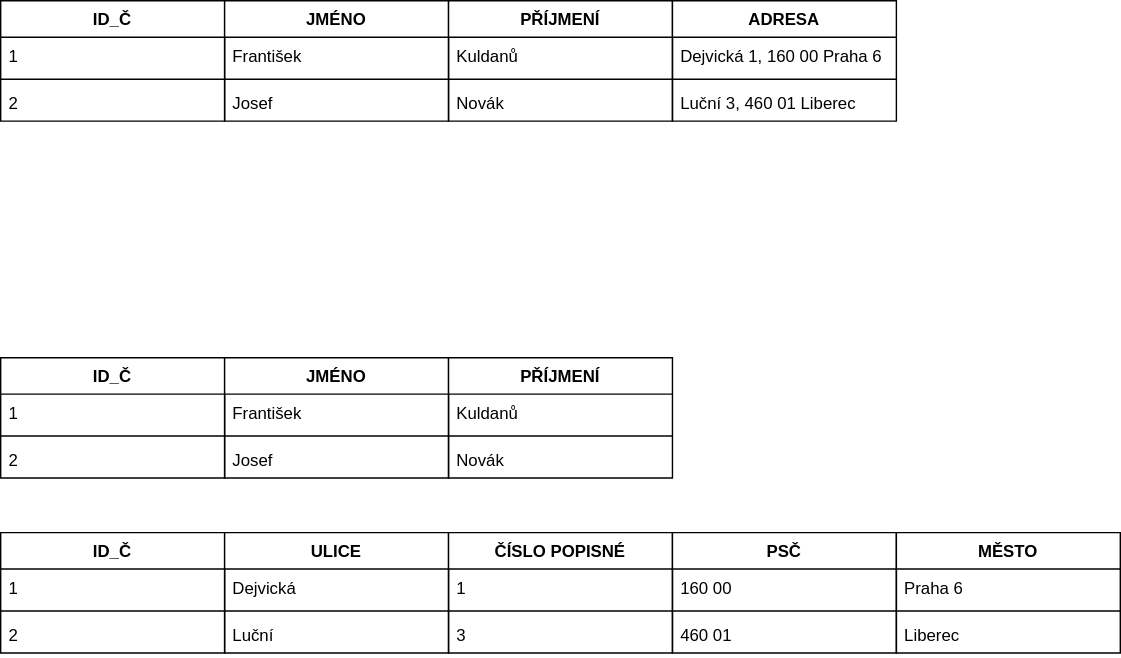
The draw.io diagram 06102022.drawio.svg in hongolem/Diagrams, before a commit. Source tidied: cells renumbered, new cells last; positions are measured from the earlier drawing's top-left corner, leaving out a move shared by most shapes. Its diagram source:
```xml
<mxGraphModel>
  <root>
    <mxCell id="0" />
    <mxCell id="1" parent="0" />
    <mxCell id="2" value="ID_Č" style="swimlane;fontStyle=1;align=center;verticalAlign=top;horizontal=1;startSize=26;" parent="1" vertex="1">
      <mxGeometry width="160" height="86" as="geometry" />
    </mxCell>
    <mxCell id="3" value="1" style="text;strokeColor=none;fillColor=none;align=left;verticalAlign=top;spacingLeft=4;spacingRight=4;overflow=hidden;" parent="2" vertex="1">
      <mxGeometry y="26" width="160" height="26" as="geometry" />
    </mxCell>
    <mxCell id="4" style="line;strokeWidth=1;fillColor=none;align=left;verticalAlign=middle;spacingTop=-1;spacingLeft=3;spacingRight=3;labelPosition=right;strokeColor=inherit;" parent="2" vertex="1">
      <mxGeometry y="52" width="160" height="8" as="geometry" />
    </mxCell>
    <mxCell id="5" value="2" style="text;strokeColor=none;fillColor=none;align=left;verticalAlign=top;spacingLeft=4;spacingRight=4;overflow=hidden;" parent="2" vertex="1">
      <mxGeometry y="60" width="160" height="26" as="geometry" />
    </mxCell>
    <mxCell id="6" value="JMÉNO" style="swimlane;fontStyle=1;align=center;verticalAlign=top;horizontal=1;startSize=26;" parent="1" vertex="1">
      <mxGeometry x="160" width="160" height="86" as="geometry" />
    </mxCell>
    <mxCell id="7" value="František" style="text;strokeColor=none;fillColor=none;align=left;verticalAlign=top;spacingLeft=4;spacingRight=4;overflow=hidden;" parent="6" vertex="1">
      <mxGeometry y="26" width="160" height="26" as="geometry" />
    </mxCell>
    <mxCell id="8" style="line;strokeWidth=1;fillColor=none;align=left;verticalAlign=middle;spacingTop=-1;spacingLeft=3;spacingRight=3;labelPosition=right;strokeColor=inherit;" parent="6" vertex="1">
      <mxGeometry y="52" width="160" height="8" as="geometry" />
    </mxCell>
    <mxCell id="9" value="Josef" style="text;strokeColor=none;fillColor=none;align=left;verticalAlign=top;spacingLeft=4;spacingRight=4;overflow=hidden;" parent="6" vertex="1">
      <mxGeometry y="60" width="160" height="26" as="geometry" />
    </mxCell>
    <mxCell id="10" value="PŘÍJMENÍ" style="swimlane;fontStyle=1;align=center;verticalAlign=top;horizontal=1;startSize=26;" parent="1" vertex="1">
      <mxGeometry x="320" width="160" height="86" as="geometry" />
    </mxCell>
    <mxCell id="11" value="Kuldanů" style="text;strokeColor=none;fillColor=none;align=left;verticalAlign=top;spacingLeft=4;spacingRight=4;overflow=hidden;" parent="10" vertex="1">
      <mxGeometry y="26" width="160" height="26" as="geometry" />
    </mxCell>
    <mxCell id="12" style="line;strokeWidth=1;fillColor=none;align=left;verticalAlign=middle;spacingTop=-1;spacingLeft=3;spacingRight=3;labelPosition=right;strokeColor=inherit;" parent="10" vertex="1">
      <mxGeometry y="52" width="160" height="8" as="geometry" />
    </mxCell>
    <mxCell id="13" value="Novák" style="text;strokeColor=none;fillColor=none;align=left;verticalAlign=top;spacingLeft=4;spacingRight=4;overflow=hidden;" parent="10" vertex="1">
      <mxGeometry y="60" width="160" height="26" as="geometry" />
    </mxCell>
    <mxCell id="14" value="ADRESA" style="swimlane;fontStyle=1;align=center;verticalAlign=top;horizontal=1;startSize=26;" parent="1" vertex="1">
      <mxGeometry x="480" width="160" height="86" as="geometry" />
    </mxCell>
    <mxCell id="15" value="Dejvická 1, 160 00 Praha 6" style="text;strokeColor=none;fillColor=none;align=left;verticalAlign=top;spacingLeft=4;spacingRight=4;overflow=hidden;" parent="14" vertex="1">
      <mxGeometry y="26" width="160" height="26" as="geometry" />
    </mxCell>
    <mxCell id="16" style="line;strokeWidth=1;fillColor=none;align=left;verticalAlign=middle;spacingTop=-1;spacingLeft=3;spacingRight=3;labelPosition=right;strokeColor=inherit;" parent="14" vertex="1">
      <mxGeometry y="52" width="160" height="8" as="geometry" />
    </mxCell>
    <mxCell id="17" value="Luční 3, 460 01 Liberec" style="text;strokeColor=none;fillColor=none;align=left;verticalAlign=top;spacingLeft=4;spacingRight=4;overflow=hidden;" parent="14" vertex="1">
      <mxGeometry y="60" width="160" height="26" as="geometry" />
    </mxCell>
    <mxCell id="18" value="ID_Č" style="swimlane;fontStyle=1;align=center;verticalAlign=top;horizontal=1;startSize=26;" parent="1" vertex="1">
      <mxGeometry y="255" width="160" height="86" as="geometry" />
    </mxCell>
    <mxCell id="19" value="1" style="text;strokeColor=none;fillColor=none;align=left;verticalAlign=top;spacingLeft=4;spacingRight=4;overflow=hidden;" parent="18" vertex="1">
      <mxGeometry y="26" width="160" height="26" as="geometry" />
    </mxCell>
    <mxCell id="20" style="line;strokeWidth=1;fillColor=none;align=left;verticalAlign=middle;spacingTop=-1;spacingLeft=3;spacingRight=3;labelPosition=right;strokeColor=inherit;" parent="18" vertex="1">
      <mxGeometry y="52" width="160" height="8" as="geometry" />
    </mxCell>
    <mxCell id="21" value="2" style="text;strokeColor=none;fillColor=none;align=left;verticalAlign=top;spacingLeft=4;spacingRight=4;overflow=hidden;" parent="18" vertex="1">
      <mxGeometry y="60" width="160" height="26" as="geometry" />
    </mxCell>
    <mxCell id="22" value="JMÉNO" style="swimlane;fontStyle=1;align=center;verticalAlign=top;horizontal=1;startSize=26;" parent="1" vertex="1">
      <mxGeometry x="160" y="255" width="160" height="86" as="geometry" />
    </mxCell>
    <mxCell id="23" value="František" style="text;strokeColor=none;fillColor=none;align=left;verticalAlign=top;spacingLeft=4;spacingRight=4;overflow=hidden;" parent="22" vertex="1">
      <mxGeometry y="26" width="160" height="26" as="geometry" />
    </mxCell>
    <mxCell id="24" style="line;strokeWidth=1;fillColor=none;align=left;verticalAlign=middle;spacingTop=-1;spacingLeft=3;spacingRight=3;labelPosition=right;strokeColor=inherit;" parent="22" vertex="1">
      <mxGeometry y="52" width="160" height="8" as="geometry" />
    </mxCell>
    <mxCell id="25" value="Josef" style="text;strokeColor=none;fillColor=none;align=left;verticalAlign=top;spacingLeft=4;spacingRight=4;overflow=hidden;" parent="22" vertex="1">
      <mxGeometry y="60" width="160" height="26" as="geometry" />
    </mxCell>
    <mxCell id="26" value="PŘÍJMENÍ" style="swimlane;fontStyle=1;align=center;verticalAlign=top;horizontal=1;startSize=26;" parent="1" vertex="1">
      <mxGeometry x="320" y="255" width="160" height="86" as="geometry" />
    </mxCell>
    <mxCell id="27" value="Kuldanů" style="text;strokeColor=none;fillColor=none;align=left;verticalAlign=top;spacingLeft=4;spacingRight=4;overflow=hidden;" parent="26" vertex="1">
      <mxGeometry y="26" width="160" height="26" as="geometry" />
    </mxCell>
    <mxCell id="28" style="line;strokeWidth=1;fillColor=none;align=left;verticalAlign=middle;spacingTop=-1;spacingLeft=3;spacingRight=3;labelPosition=right;strokeColor=inherit;" parent="26" vertex="1">
      <mxGeometry y="52" width="160" height="8" as="geometry" />
    </mxCell>
    <mxCell id="29" value="Novák" style="text;strokeColor=none;fillColor=none;align=left;verticalAlign=top;spacingLeft=4;spacingRight=4;overflow=hidden;" parent="26" vertex="1">
      <mxGeometry y="60" width="160" height="26" as="geometry" />
    </mxCell>
    <mxCell id="30" value="ID_Č" style="swimlane;fontStyle=1;align=center;verticalAlign=top;horizontal=1;startSize=26;" parent="1" vertex="1">
      <mxGeometry y="380" width="160" height="86" as="geometry" />
    </mxCell>
    <mxCell id="31" value="1" style="text;strokeColor=none;fillColor=none;align=left;verticalAlign=top;spacingLeft=4;spacingRight=4;overflow=hidden;" parent="30" vertex="1">
      <mxGeometry y="26" width="160" height="26" as="geometry" />
    </mxCell>
    <mxCell id="32" style="line;strokeWidth=1;fillColor=none;align=left;verticalAlign=middle;spacingTop=-1;spacingLeft=3;spacingRight=3;labelPosition=right;strokeColor=inherit;" parent="30" vertex="1">
      <mxGeometry y="52" width="160" height="8" as="geometry" />
    </mxCell>
    <mxCell id="33" value="2" style="text;strokeColor=none;fillColor=none;align=left;verticalAlign=top;spacingLeft=4;spacingRight=4;overflow=hidden;" parent="30" vertex="1">
      <mxGeometry y="60" width="160" height="26" as="geometry" />
    </mxCell>
    <mxCell id="34" value="ULICE" style="swimlane;fontStyle=1;align=center;verticalAlign=top;horizontal=1;startSize=26;" parent="1" vertex="1">
      <mxGeometry x="160" y="380" width="160" height="86" as="geometry" />
    </mxCell>
    <mxCell id="35" value="Dejvická" style="text;strokeColor=none;fillColor=none;align=left;verticalAlign=top;spacingLeft=4;spacingRight=4;overflow=hidden;" parent="34" vertex="1">
      <mxGeometry y="26" width="160" height="26" as="geometry" />
    </mxCell>
    <mxCell id="36" style="line;strokeWidth=1;fillColor=none;align=left;verticalAlign=middle;spacingTop=-1;spacingLeft=3;spacingRight=3;labelPosition=right;strokeColor=inherit;" parent="34" vertex="1">
      <mxGeometry y="52" width="160" height="8" as="geometry" />
    </mxCell>
    <mxCell id="37" value="Luční" style="text;strokeColor=none;fillColor=none;align=left;verticalAlign=top;spacingLeft=4;spacingRight=4;overflow=hidden;" parent="34" vertex="1">
      <mxGeometry y="60" width="160" height="26" as="geometry" />
    </mxCell>
    <mxCell id="38" value="ČÍSLO POPISNÉ" style="swimlane;fontStyle=1;align=center;verticalAlign=top;horizontal=1;startSize=26;" parent="1" vertex="1">
      <mxGeometry x="320" y="380" width="160" height="86" as="geometry" />
    </mxCell>
    <mxCell id="39" value="1" style="text;strokeColor=none;fillColor=none;align=left;verticalAlign=top;spacingLeft=4;spacingRight=4;overflow=hidden;" parent="38" vertex="1">
      <mxGeometry y="26" width="160" height="26" as="geometry" />
    </mxCell>
    <mxCell id="40" style="line;strokeWidth=1;fillColor=none;align=left;verticalAlign=middle;spacingTop=-1;spacingLeft=3;spacingRight=3;labelPosition=right;strokeColor=inherit;" parent="38" vertex="1">
      <mxGeometry y="52" width="160" height="8" as="geometry" />
    </mxCell>
    <mxCell id="41" value="3" style="text;strokeColor=none;fillColor=none;align=left;verticalAlign=top;spacingLeft=4;spacingRight=4;overflow=hidden;" parent="38" vertex="1">
      <mxGeometry y="60" width="160" height="26" as="geometry" />
    </mxCell>
    <mxCell id="42" value="PSČ" style="swimlane;fontStyle=1;align=center;verticalAlign=top;horizontal=1;startSize=26;" parent="1" vertex="1">
      <mxGeometry x="480" y="380" width="160" height="86" as="geometry" />
    </mxCell>
    <mxCell id="43" value="160 00" style="text;strokeColor=none;fillColor=none;align=left;verticalAlign=top;spacingLeft=4;spacingRight=4;overflow=hidden;" parent="42" vertex="1">
      <mxGeometry y="26" width="160" height="26" as="geometry" />
    </mxCell>
    <mxCell id="44" style="line;strokeWidth=1;fillColor=none;align=left;verticalAlign=middle;spacingTop=-1;spacingLeft=3;spacingRight=3;labelPosition=right;strokeColor=inherit;" parent="42" vertex="1">
      <mxGeometry y="52" width="160" height="8" as="geometry" />
    </mxCell>
    <mxCell id="45" value="460 01" style="text;strokeColor=none;fillColor=none;align=left;verticalAlign=top;spacingLeft=4;spacingRight=4;overflow=hidden;" parent="42" vertex="1">
      <mxGeometry y="60" width="160" height="26" as="geometry" />
    </mxCell>
    <mxCell id="46" value="MĚSTO" style="swimlane;fontStyle=1;align=center;verticalAlign=top;horizontal=1;startSize=26;" parent="1" vertex="1">
      <mxGeometry x="640" y="380" width="160" height="86" as="geometry" />
    </mxCell>
    <mxCell id="47" value="Praha 6" style="text;strokeColor=none;fillColor=none;align=left;verticalAlign=top;spacingLeft=4;spacingRight=4;overflow=hidden;" parent="46" vertex="1">
      <mxGeometry y="26" width="160" height="26" as="geometry" />
    </mxCell>
    <mxCell id="48" style="line;strokeWidth=1;fillColor=none;align=left;verticalAlign=middle;spacingTop=-1;spacingLeft=3;spacingRight=3;labelPosition=right;strokeColor=inherit;" parent="46" vertex="1">
      <mxGeometry y="52" width="160" height="8" as="geometry" />
    </mxCell>
    <mxCell id="49" value="Liberec" style="text;strokeColor=none;fillColor=none;align=left;verticalAlign=top;spacingLeft=4;spacingRight=4;overflow=hidden;" parent="46" vertex="1">
      <mxGeometry y="60" width="160" height="26" as="geometry" />
    </mxCell>
  </root>
</mxGraphModel>
```
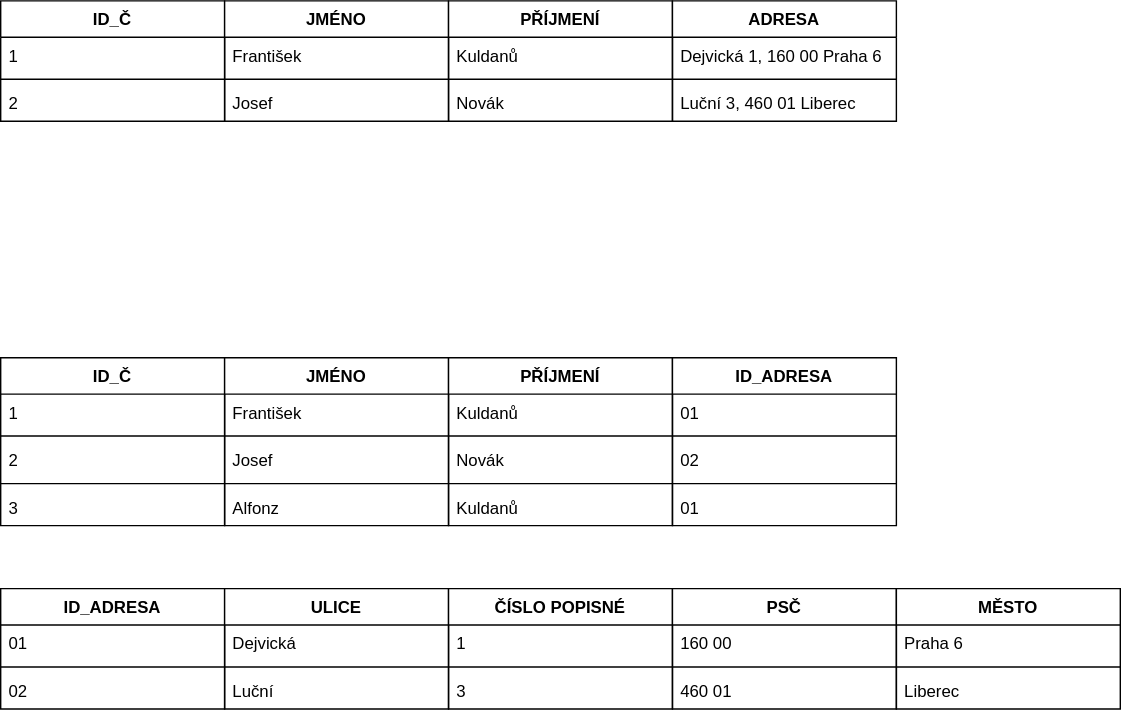
After the change.

Change to the diagram source:
```diff
@@ -51,7 +51,7 @@
       <mxGeometry y="60" width="160" height="26" as="geometry" />
     </mxCell>
     <mxCell id="18" value="ID_Č" style="swimlane;fontStyle=1;align=center;verticalAlign=top;horizontal=1;startSize=26;" parent="1" vertex="1">
-      <mxGeometry y="255" width="160" height="86" as="geometry" />
+      <mxGeometry y="255" width="160" height="120" as="geometry" />
     </mxCell>
     <mxCell id="19" value="1" style="text;strokeColor=none;fillColor=none;align=left;verticalAlign=top;spacingLeft=4;spacingRight=4;overflow=hidden;" parent="18" vertex="1">
       <mxGeometry y="26" width="160" height="26" as="geometry" />
@@ -62,8 +62,14 @@
     <mxCell id="21" value="2" style="text;strokeColor=none;fillColor=none;align=left;verticalAlign=top;spacingLeft=4;spacingRight=4;overflow=hidden;" parent="18" vertex="1">
       <mxGeometry y="60" width="160" height="26" as="geometry" />
     </mxCell>
+    <mxCell id="50" style="line;strokeWidth=1;fillColor=none;align=left;verticalAlign=middle;spacingTop=-1;spacingLeft=3;spacingRight=3;labelPosition=right;strokeColor=inherit;" parent="18" vertex="1">
+      <mxGeometry y="86" width="160" height="8" as="geometry" />
+    </mxCell>
+    <mxCell id="51" value="3" style="text;strokeColor=none;fillColor=none;align=left;verticalAlign=top;spacingLeft=4;spacingRight=4;overflow=hidden;" parent="18" vertex="1">
+      <mxGeometry y="94" width="160" height="26" as="geometry" />
+    </mxCell>
     <mxCell id="22" value="JMÉNO" style="swimlane;fontStyle=1;align=center;verticalAlign=top;horizontal=1;startSize=26;" parent="1" vertex="1">
-      <mxGeometry x="160" y="255" width="160" height="86" as="geometry" />
+      <mxGeometry x="160" y="255" width="160" height="120" as="geometry" />
     </mxCell>
     <mxCell id="23" value="František" style="text;strokeColor=none;fillColor=none;align=left;verticalAlign=top;spacingLeft=4;spacingRight=4;overflow=hidden;" parent="22" vertex="1">
       <mxGeometry y="26" width="160" height="26" as="geometry" />
@@ -74,8 +80,14 @@
     <mxCell id="25" value="Josef" style="text;strokeColor=none;fillColor=none;align=left;verticalAlign=top;spacingLeft=4;spacingRight=4;overflow=hidden;" parent="22" vertex="1">
       <mxGeometry y="60" width="160" height="26" as="geometry" />
     </mxCell>
+    <mxCell id="52" style="line;strokeWidth=1;fillColor=none;align=left;verticalAlign=middle;spacingTop=-1;spacingLeft=3;spacingRight=3;labelPosition=right;strokeColor=inherit;" parent="22" vertex="1">
+      <mxGeometry y="86" width="160" height="8" as="geometry" />
+    </mxCell>
+    <mxCell id="53" value="Alfonz" style="text;strokeColor=none;fillColor=none;align=left;verticalAlign=top;spacingLeft=4;spacingRight=4;overflow=hidden;" parent="22" vertex="1">
+      <mxGeometry y="94" width="160" height="26" as="geometry" />
+    </mxCell>
     <mxCell id="26" value="PŘÍJMENÍ" style="swimlane;fontStyle=1;align=center;verticalAlign=top;horizontal=1;startSize=26;" parent="1" vertex="1">
-      <mxGeometry x="320" y="255" width="160" height="86" as="geometry" />
+      <mxGeometry x="320" y="255" width="160" height="120" as="geometry" />
     </mxCell>
     <mxCell id="27" value="Kuldanů" style="text;strokeColor=none;fillColor=none;align=left;verticalAlign=top;spacingLeft=4;spacingRight=4;overflow=hidden;" parent="26" vertex="1">
       <mxGeometry y="26" width="160" height="26" as="geometry" />
@@ -86,20 +98,26 @@
     <mxCell id="29" value="Novák" style="text;strokeColor=none;fillColor=none;align=left;verticalAlign=top;spacingLeft=4;spacingRight=4;overflow=hidden;" parent="26" vertex="1">
       <mxGeometry y="60" width="160" height="26" as="geometry" />
     </mxCell>
+    <mxCell id="54" style="line;strokeWidth=1;fillColor=none;align=left;verticalAlign=middle;spacingTop=-1;spacingLeft=3;spacingRight=3;labelPosition=right;strokeColor=inherit;" parent="26" vertex="1">
+      <mxGeometry y="86" width="160" height="8" as="geometry" />
+    </mxCell>
+    <mxCell id="55" value="Kuldanů" style="text;strokeColor=none;fillColor=none;align=left;verticalAlign=top;spacingLeft=4;spacingRight=4;overflow=hidden;" parent="26" vertex="1">
+      <mxGeometry y="94" width="160" height="26" as="geometry" />
+    </mxCell>
-    <mxCell id="30" value="ID_Č" style="swimlane;fontStyle=1;align=center;verticalAlign=top;horizontal=1;startSize=26;" parent="1" vertex="1">
-      <mxGeometry y="380" width="160" height="86" as="geometry" />
+    <mxCell id="30" value="ID_ADRESA" style="swimlane;fontStyle=1;align=center;verticalAlign=top;horizontal=1;startSize=26;" parent="1" vertex="1">
+      <mxGeometry y="420" width="160" height="86" as="geometry" />
     </mxCell>
-    <mxCell id="31" value="1" style="text;strokeColor=none;fillColor=none;align=left;verticalAlign=top;spacingLeft=4;spacingRight=4;overflow=hidden;" parent="30" vertex="1">
+    <mxCell id="31" value="01" style="text;strokeColor=none;fillColor=none;align=left;verticalAlign=top;spacingLeft=4;spacingRight=4;overflow=hidden;" parent="30" vertex="1">
       <mxGeometry y="26" width="160" height="26" as="geometry" />
     </mxCell>
     <mxCell id="32" style="line;strokeWidth=1;fillColor=none;align=left;verticalAlign=middle;spacingTop=-1;spacingLeft=3;spacingRight=3;labelPosition=right;strokeColor=inherit;" parent="30" vertex="1">
       <mxGeometry y="52" width="160" height="8" as="geometry" />
     </mxCell>
-    <mxCell id="33" value="2" style="text;strokeColor=none;fillColor=none;align=left;verticalAlign=top;spacingLeft=4;spacingRight=4;overflow=hidden;" parent="30" vertex="1">
+    <mxCell id="33" value="02" style="text;strokeColor=none;fillColor=none;align=left;verticalAlign=top;spacingLeft=4;spacingRight=4;overflow=hidden;" parent="30" vertex="1">
       <mxGeometry y="60" width="160" height="26" as="geometry" />
     </mxCell>
     <mxCell id="34" value="ULICE" style="swimlane;fontStyle=1;align=center;verticalAlign=top;horizontal=1;startSize=26;" parent="1" vertex="1">
-      <mxGeometry x="160" y="380" width="160" height="86" as="geometry" />
+      <mxGeometry x="160" y="420" width="160" height="86" as="geometry" />
     </mxCell>
     <mxCell id="35" value="Dejvická" style="text;strokeColor=none;fillColor=none;align=left;verticalAlign=top;spacingLeft=4;spacingRight=4;overflow=hidden;" parent="34" vertex="1">
       <mxGeometry y="26" width="160" height="26" as="geometry" />
@@ -111,7 +129,7 @@
       <mxGeometry y="60" width="160" height="26" as="geometry" />
     </mxCell>
     <mxCell id="38" value="ČÍSLO POPISNÉ" style="swimlane;fontStyle=1;align=center;verticalAlign=top;horizontal=1;startSize=26;" parent="1" vertex="1">
-      <mxGeometry x="320" y="380" width="160" height="86" as="geometry" />
+      <mxGeometry x="320" y="420" width="160" height="86" as="geometry" />
     </mxCell>
     <mxCell id="39" value="1" style="text;strokeColor=none;fillColor=none;align=left;verticalAlign=top;spacingLeft=4;spacingRight=4;overflow=hidden;" parent="38" vertex="1">
       <mxGeometry y="26" width="160" height="26" as="geometry" />
@@ -123,7 +141,7 @@
       <mxGeometry y="60" width="160" height="26" as="geometry" />
     </mxCell>
     <mxCell id="42" value="PSČ" style="swimlane;fontStyle=1;align=center;verticalAlign=top;horizontal=1;startSize=26;" parent="1" vertex="1">
-      <mxGeometry x="480" y="380" width="160" height="86" as="geometry" />
+      <mxGeometry x="480" y="420" width="160" height="86" as="geometry" />
     </mxCell>
     <mxCell id="43" value="160 00" style="text;strokeColor=none;fillColor=none;align=left;verticalAlign=top;spacingLeft=4;spacingRight=4;overflow=hidden;" parent="42" vertex="1">
       <mxGeometry y="26" width="160" height="26" as="geometry" />
@@ -135,7 +153,7 @@
       <mxGeometry y="60" width="160" height="26" as="geometry" />
     </mxCell>
     <mxCell id="46" value="MĚSTO" style="swimlane;fontStyle=1;align=center;verticalAlign=top;horizontal=1;startSize=26;" parent="1" vertex="1">
-      <mxGeometry x="640" y="380" width="160" height="86" as="geometry" />
+      <mxGeometry x="640" y="420" width="160" height="86" as="geometry" />
     </mxCell>
     <mxCell id="47" value="Praha 6" style="text;strokeColor=none;fillColor=none;align=left;verticalAlign=top;spacingLeft=4;spacingRight=4;overflow=hidden;" parent="46" vertex="1">
       <mxGeometry y="26" width="160" height="26" as="geometry" />
@@ -146,5 +164,23 @@
     <mxCell id="49" value="Liberec" style="text;strokeColor=none;fillColor=none;align=left;verticalAlign=top;spacingLeft=4;spacingRight=4;overflow=hidden;" parent="46" vertex="1">
       <mxGeometry y="60" width="160" height="26" as="geometry" />
     </mxCell>
+    <mxCell id="56" value="ID_ADRESA" style="swimlane;fontStyle=1;align=center;verticalAlign=top;horizontal=1;startSize=26;" parent="1" vertex="1">
+      <mxGeometry x="480" y="255" width="160" height="120" as="geometry" />
+    </mxCell>
+    <mxCell id="57" value="01" style="text;strokeColor=none;fillColor=none;align=left;verticalAlign=top;spacingLeft=4;spacingRight=4;overflow=hidden;" parent="56" vertex="1">
+      <mxGeometry y="26" width="160" height="26" as="geometry" />
+    </mxCell>
+    <mxCell id="58" style="line;strokeWidth=1;fillColor=none;align=left;verticalAlign=middle;spacingTop=-1;spacingLeft=3;spacingRight=3;labelPosition=right;strokeColor=inherit;" parent="56" vertex="1">
+      <mxGeometry y="52" width="160" height="8" as="geometry" />
+    </mxCell>
+    <mxCell id="59" value="02" style="text;strokeColor=none;fillColor=none;align=left;verticalAlign=top;spacingLeft=4;spacingRight=4;overflow=hidden;" parent="56" vertex="1">
+      <mxGeometry y="60" width="160" height="26" as="geometry" />
+    </mxCell>
+    <mxCell id="60" style="line;strokeWidth=1;fillColor=none;align=left;verticalAlign=middle;spacingTop=-1;spacingLeft=3;spacingRight=3;labelPosition=right;strokeColor=inherit;" parent="56" vertex="1">
+      <mxGeometry y="86" width="160" height="8" as="geometry" />
+    </mxCell>
+    <mxCell id="61" value="01" style="text;strokeColor=none;fillColor=none;align=left;verticalAlign=top;spacingLeft=4;spacingRight=4;overflow=hidden;" parent="56" vertex="1">
+      <mxGeometry y="94" width="160" height="26" as="geometry" />
+    </mxCell>
   </root>
 </mxGraphModel>
```
